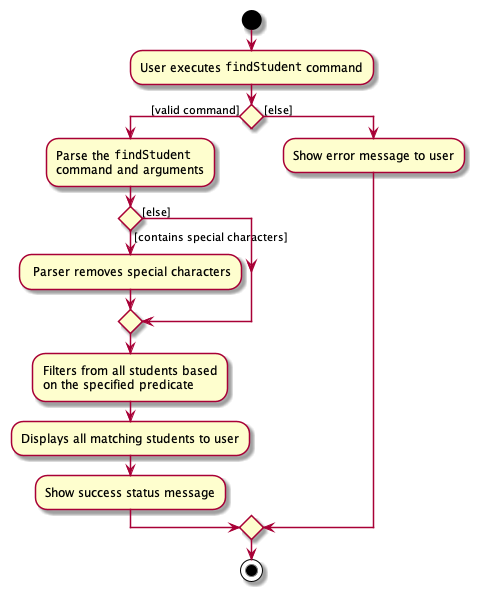
Earlier version of the PlantUML export docs/images/FindStudentActivityDiagram.png (nus-cs2103-AY2122S1/tp). The source it was exported from:
```plantuml
@startuml

start

:User executes ""findStudent"" command;

if () then ([valid command])
    :Parse the ""findStudent""
    command and arguments;

    if () then ([contains special characters])

    : Parser removes special characters;

    else ([else])
    endif

    :Filters from all students based
    on the specified predicate;

    :Displays all matching students to user;

    :Show success status message;

else ([else])

    :Show error message to user;

endif

stop

@enduml
```
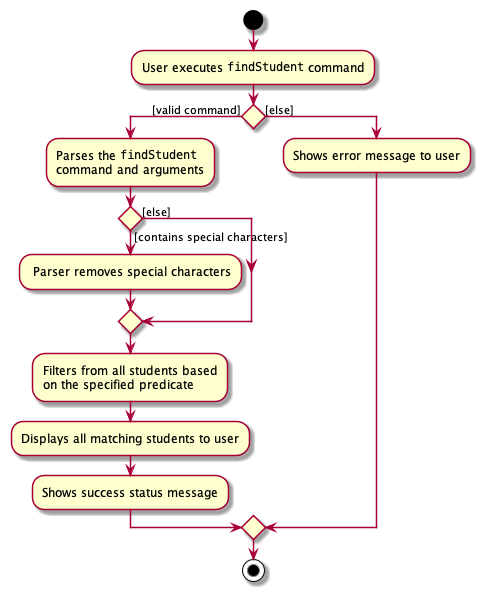
After the change.

Commit message:
Update stringutil for findStudent and diagrams in dg

Change to the diagram source:
```diff
@@ -5,7 +5,7 @@
 :User executes ""findStudent"" command;
 
 if () then ([valid command])
-    :Parse the ""findStudent""
+    :Parses the ""findStudent""
     command and arguments;
 
     if () then ([contains special characters])
@@ -20,11 +20,11 @@
 
     :Displays all matching students to user;
 
-    :Show success status message;
+    :Shows success status message;
 
 else ([else])
 
-    :Show error message to user;
+    :Shows error message to user;
 
 endif
 
```
